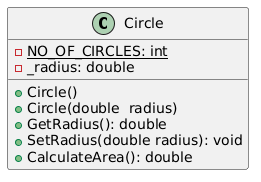
Before: src/assets/img/kmom02/classdiagramCircle.png, a diagram exported from PlantUML (bth-csharp/bth-csharp.github.io).
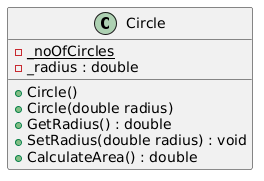
Later version of the same file.

Diff of the diagram source:
```diff
@@ -1,12 +1,13 @@
 @startuml
-class Circle {
-    - {static} NO_OF_CIRCLES: int
-    - _radius: double
+class Circle
+{
+    - {static} _noOfCircles
+    - _radius : double
 
     + Circle()
-    + Circle(double  radius)
-    + GetRadius(): double
-    + SetRadius(double radius): void
-    + CalculateArea(): double
+    + Circle(double radius)
+    + GetRadius() : double
+    + SetRadius(double radius) : void
+    + CalculateArea() : double
 }
 @enduml
```
